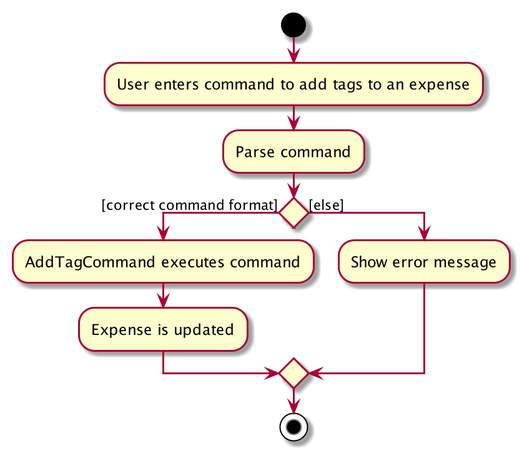
The PlantUML diagram docs/images/AddTagActivityDiagram.png in nus-cs2103-AY1920S1/addressbook-level3, before a commit.
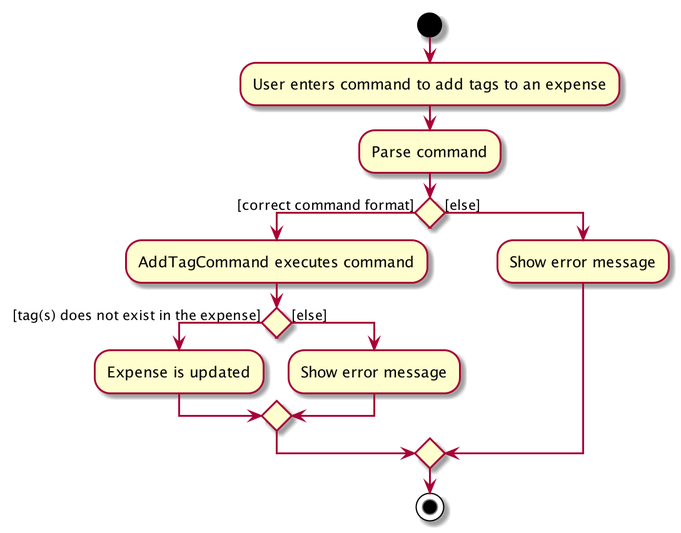
After the commit.

The edit, as a diff of the source:
```diff
@@ -6,7 +6,11 @@
 
 if () then ([correct command format])
     :AddTagCommand executes command;
+if() then ([tag(s) does not exist in the expense])
     :Expense is updated;
+else ([else])
+    :Show error message;
+endif
 else ([else])
     :Show error message;
 endif
```
